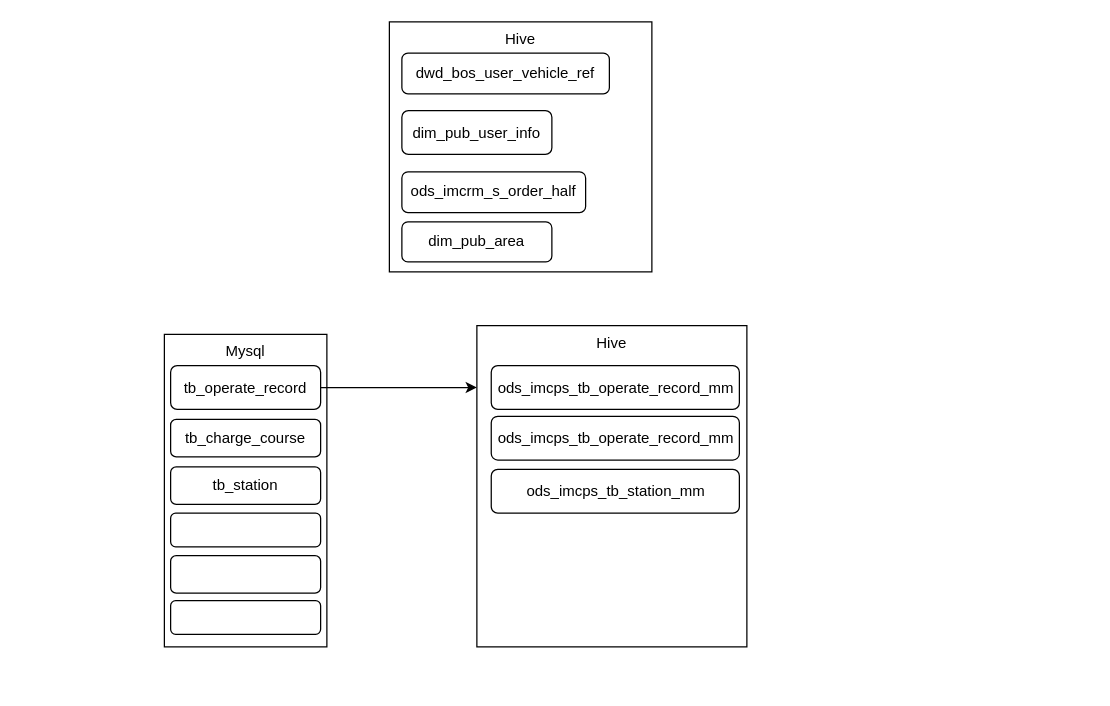
The draw.io diagram 公共充电数据链路图.drawio in taitaibai/test, before the edit. Source tidied: cells renumbered, new cells numbered last; positions are measured from the earlier drawing's top-left corner, leaving out a move shared by most shapes. Both pictures are drawn from the tidied source at 125%, with x=0, y=0 at pixel (164, 21).
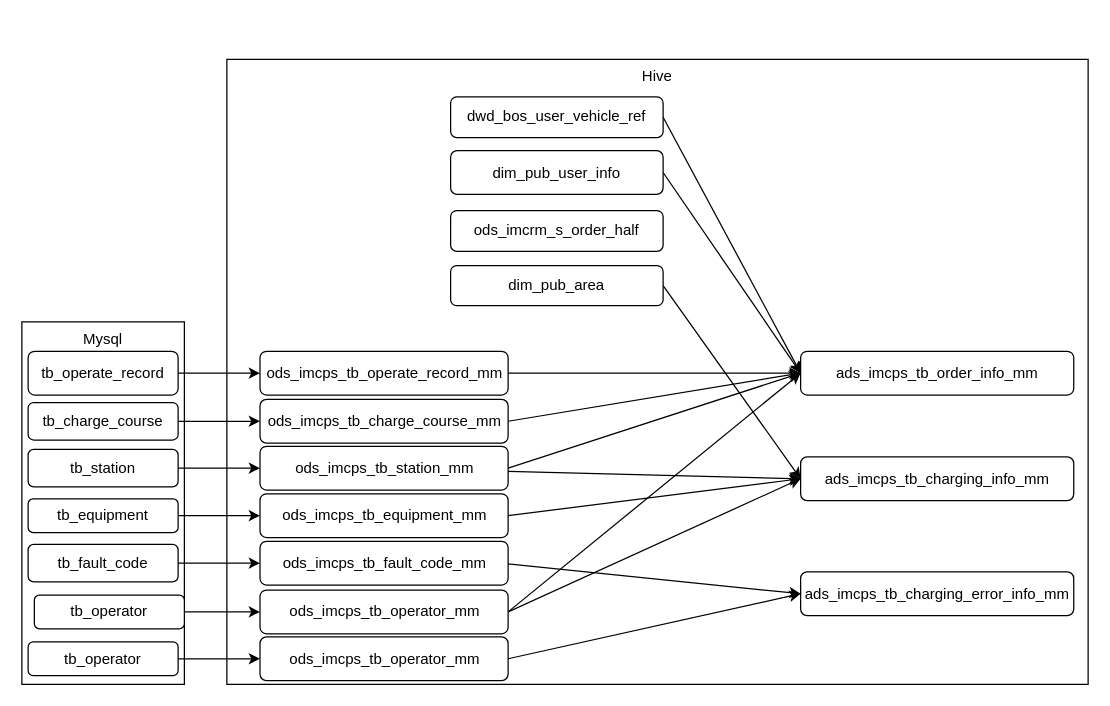
After the change.

Commit message (it also covers changes not shown here):
更新公共充电数据链路图.drawio

What changed in the source:
```diff
@@
+    <mxCell id="15" value="Hive" style="rounded=0;whiteSpace=wrap;html=1;verticalAlign=top;" parent="1" vertex="1">
+      <mxGeometry x="50" y="30" width="689" height="500" as="geometry" />
+    </mxCell>
     <mxCell id="2" value="Mysql" style="rounded=0;whiteSpace=wrap;html=1;verticalAlign=top;" parent="1" vertex="1">
-      <mxGeometry y="250" width="130" height="250" as="geometry" />
+      <mxGeometry x="-114" y="240" width="130" height="290" as="geometry" />
     </mxCell>
-    <mxCell id="3" style="edgeStyle=orthogonalEdgeStyle;rounded=0;jettySize=auto;html=1;" parent="1" edge="1" source="4">
-      <mxGeometry relative="1" as="geometry">
-        <mxPoint x="250" y="292.5" as="targetPoint" />
-      </mxGeometry>
+    <mxCell id="3" style="rounded=0;jettySize=auto;html=1;entryX=0;entryY=0.5;entryDx=0;entryDy=0;" parent="1" edge="1" source="4" target="16">
+      <mxGeometry relative="1" as="geometry" />
     </mxCell>
     <mxCell id="4" value="tb_operate_record" style="rounded=1;whiteSpace=wrap;html=1;" parent="1" vertex="1">
-      <mxGeometry x="5" y="275" width="120" height="35" as="geometry" />
+      <mxGeometry x="-109" y="263.5" width="120" height="35" as="geometry" />
     </mxCell>
+    <mxCell id="19" style="rounded=0;jettySize=auto;html=1;entryX=0;entryY=0.5;entryDx=0;entryDy=0;" parent="1" edge="1" source="5" target="17">
+      <mxGeometry relative="1" as="geometry" />
+    </mxCell>
     <mxCell id="5" value="tb_charge_course" style="rounded=1;whiteSpace=wrap;html=1;" parent="1" vertex="1">
-      <mxGeometry x="5" y="318" width="120" height="30" as="geometry" />
+      <mxGeometry x="-109" y="304.5" width="120" height="30" as="geometry" />
     </mxCell>
+    <mxCell id="20" style="edgeStyle=none;rounded=0;jettySize=auto;html=1;entryX=0;entryY=0.5;entryDx=0;entryDy=0;" parent="1" edge="1" source="6" target="18">
+      <mxGeometry relative="1" as="geometry" />
+    </mxCell>
     <mxCell id="6" value="tb_station" style="rounded=1;whiteSpace=wrap;html=1;" parent="1" vertex="1">
-      <mxGeometry x="5" y="356" width="120" height="30" as="geometry" />
+      <mxGeometry x="-109" y="342" width="120" height="30" as="geometry" />
     </mxCell>
+    <mxCell id="21" style="edgeStyle=none;rounded=0;jettySize=auto;html=1;entryX=0;entryY=0.5;entryDx=0;entryDy=0;" parent="1" edge="1" source="7" target="32">
+      <mxGeometry relative="1" as="geometry" />
+    </mxCell>
-    <mxCell id="7" style="rounded=1;whiteSpace=wrap;html=1;" parent="1" vertex="1">
-      <mxGeometry x="5" y="393" width="120" height="27" as="geometry" />
+    <mxCell id="7" value="tb_equipment" style="rounded=1;whiteSpace=wrap;html=1;" parent="1" vertex="1">
+      <mxGeometry x="-109" y="381.5" width="120" height="27" as="geometry" />
     </mxCell>
+    <mxCell id="22" style="edgeStyle=none;rounded=0;jettySize=auto;html=1;" parent="1" edge="1" source="8" target="34">
+      <mxGeometry relative="1" as="geometry" />
+    </mxCell>
-    <mxCell id="8" style="rounded=1;whiteSpace=wrap;html=1;" parent="1" vertex="1">
-      <mxGeometry x="5" y="427" width="120" height="30" as="geometry" />
+    <mxCell id="8" value="tb_fault_code" style="rounded=1;whiteSpace=wrap;html=1;" parent="1" vertex="1">
+      <mxGeometry x="-109" y="418" width="120" height="30" as="geometry" />
     </mxCell>
+    <mxCell id="23" style="edgeStyle=none;rounded=0;jettySize=auto;html=1;entryX=0;entryY=0.5;entryDx=0;entryDy=0;" parent="1" edge="1" source="9" target="37">
+      <mxGeometry relative="1" as="geometry" />
+    </mxCell>
-    <mxCell id="9" style="rounded=1;whiteSpace=wrap;html=1;" parent="1" vertex="1">
-      <mxGeometry x="5" y="463" width="120" height="27" as="geometry" />
+    <mxCell id="9" value="tb_operator" style="rounded=1;whiteSpace=wrap;html=1;" parent="1" vertex="1">
+      <mxGeometry x="-104" y="458.5" width="120" height="27" as="geometry" />
     </mxCell>
-    <mxCell id="10" value="Hive" style="rounded=0;whiteSpace=wrap;html=1;verticalAlign=top;" parent="1" vertex="1">
-      <mxGeometry x="180" width="210" height="200" as="geometry" />
-    </mxCell>
+    <mxCell id="24" style="edgeStyle=none;rounded=0;jettySize=auto;html=1;entryX=0;entryY=0.5;entryDx=0;entryDy=0;exitX=1;exitY=0.5;exitDx=0;exitDy=0;" parent="1" edge="1" source="11" target="38">
+      <mxGeometry relative="1" as="geometry" />
+    </mxCell>
     <mxCell id="11" value="dwd_bos_user_vehicle_ref" style="rounded=1;whiteSpace=wrap;html=1;" parent="1" vertex="1">
-      <mxGeometry x="190" y="25" width="166" height="32.5" as="geometry" />
+      <mxGeometry x="229" y="60" width="170" height="32.5" as="geometry" />
     </mxCell>
+    <mxCell id="25" style="edgeStyle=none;rounded=0;jettySize=auto;html=1;entryX=0;entryY=0.5;entryDx=0;entryDy=0;exitX=1;exitY=0.5;exitDx=0;exitDy=0;" parent="1" edge="1" source="12" target="39">
+      <mxGeometry relative="1" as="geometry" />
+    </mxCell>
     <mxCell id="12" value="dim_pub_area" style="rounded=1;whiteSpace=wrap;html=1;" parent="1" vertex="1">
-      <mxGeometry x="190" y="160" width="120" height="32" as="geometry" />
+      <mxGeometry x="229" y="195" width="170" height="32" as="geometry" />
     </mxCell>
+    <mxCell id="26" style="edgeStyle=none;rounded=0;jettySize=auto;html=1;entryX=0;entryY=0.5;entryDx=0;entryDy=0;exitX=1;exitY=0.5;exitDx=0;exitDy=0;" parent="1" edge="1" source="13" target="38">
+      <mxGeometry relative="1" as="geometry" />
+    </mxCell>
     <mxCell id="13" value="dim_pub_user_info" style="rounded=1;whiteSpace=wrap;html=1;" parent="1" vertex="1">
-      <mxGeometry x="190" y="71" width="120" height="35" as="geometry" />
+      <mxGeometry x="229" y="103" width="170" height="35" as="geometry" />
     </mxCell>
     <mxCell id="14" value="ods_imcrm_s_order_half" style="rounded=1;whiteSpace=wrap;html=1;" parent="1" vertex="1">
-      <mxGeometry x="190" y="120" width="147" height="32.5" as="geometry" />
+      <mxGeometry x="229" y="151" width="170" height="32.5" as="geometry" />
     </mxCell>
-    <mxCell id="15" value="Hive" style="rounded=0;whiteSpace=wrap;html=1;verticalAlign=top;" parent="1" vertex="1">
-      <mxGeometry x="250" y="243" width="216" height="257" as="geometry" />
-    </mxCell>
+    <mxCell id="27" style="edgeStyle=none;rounded=0;jettySize=auto;html=1;exitX=1;exitY=0.5;exitDx=0;exitDy=0;entryX=0;entryY=0.5;entryDx=0;entryDy=0;" parent="1" edge="1" source="16" target="38">
+      <mxGeometry relative="1" as="geometry" />
+    </mxCell>
     <mxCell id="16" value="ods_imcps_tb_operate_record_mm" style="rounded=1;whiteSpace=wrap;html=1;" parent="1" vertex="1">
-      <mxGeometry x="261.5" y="275" width="198.5" height="35" as="geometry" />
+      <mxGeometry x="76.5" y="263.5" width="198.5" height="35" as="geometry" />
     </mxCell>
+    <mxCell id="28" style="edgeStyle=none;rounded=0;jettySize=auto;html=1;entryX=0;entryY=0.5;entryDx=0;entryDy=0;exitX=1;exitY=0.5;exitDx=0;exitDy=0;" parent="1" edge="1" source="17" target="38">
+      <mxGeometry relative="1" as="geometry" />
+    </mxCell>
-    <mxCell id="17" value="ods_imcps_tb_operate_record_mm" style="rounded=1;whiteSpace=wrap;html=1;" parent="1" vertex="1">
-      <mxGeometry x="261.5" y="315.5" width="198.5" height="35" as="geometry" />
+    <mxCell id="17" value="ods_imcps_tb_charge_course_mm" style="rounded=1;whiteSpace=wrap;html=1;" parent="1" vertex="1">
+      <mxGeometry x="76.5" y="302" width="198.5" height="35" as="geometry" />
     </mxCell>
+    <mxCell id="29" style="edgeStyle=none;rounded=0;jettySize=auto;html=1;entryX=0;entryY=0.5;entryDx=0;entryDy=0;exitX=1;exitY=0.5;exitDx=0;exitDy=0;" parent="1" edge="1" source="18" target="38">
+      <mxGeometry relative="1" as="geometry" />
+    </mxCell>
+    <mxCell id="30" style="edgeStyle=none;rounded=0;jettySize=auto;html=1;entryX=0;entryY=0.5;entryDx=0;entryDy=0;" parent="1" edge="1" source="18" target="39">
+      <mxGeometry relative="1" as="geometry" />
+    </mxCell>
     <mxCell id="18" value="ods_imcps_tb_station_mm" style="rounded=1;whiteSpace=wrap;html=1;" parent="1" vertex="1">
-      <mxGeometry x="261.5" y="358" width="198.5" height="35" as="geometry" />
+      <mxGeometry x="76.5" y="339.5" width="198.5" height="35" as="geometry" />
     </mxCell>
+    <mxCell id="31" style="edgeStyle=none;rounded=0;jettySize=auto;html=1;entryX=0;entryY=0.5;entryDx=0;entryDy=0;exitX=1;exitY=0.5;exitDx=0;exitDy=0;" parent="1" edge="1" source="32" target="39">
+      <mxGeometry relative="1" as="geometry" />
+    </mxCell>
+    <mxCell id="32" value="ods_imcps_tb_equipment_mm" style="rounded=1;whiteSpace=wrap;html=1;" parent="1" vertex="1">
+      <mxGeometry x="76.5" y="377.5" width="198.5" height="35" as="geometry" />
+    </mxCell>
+    <mxCell id="33" style="edgeStyle=none;rounded=0;jettySize=auto;html=1;entryX=0;entryY=0.5;entryDx=0;entryDy=0;" parent="1" edge="1" target="40">
+      <mxGeometry relative="1" as="geometry">
+        <mxPoint x="269" y="433" as="sourcePoint" />
+      </mxGeometry>
+    </mxCell>
+    <mxCell id="34" value="ods_imcps_tb_fault_code_mm" style="rounded=1;whiteSpace=wrap;html=1;" parent="1" vertex="1">
+      <mxGeometry x="76.5" y="415.5" width="198.5" height="35" as="geometry" />
+    </mxCell>
+    <mxCell id="35" style="edgeStyle=none;rounded=0;jettySize=auto;html=1;entryX=0;entryY=0.5;entryDx=0;entryDy=0;exitX=1;exitY=0.5;exitDx=0;exitDy=0;" parent="1" edge="1" source="37" target="38">
+      <mxGeometry relative="1" as="geometry" />
+    </mxCell>
+    <mxCell id="36" style="edgeStyle=none;rounded=0;jettySize=auto;html=1;entryX=0;entryY=0.5;entryDx=0;entryDy=0;exitX=1;exitY=0.5;exitDx=0;exitDy=0;" parent="1" edge="1" source="37" target="39">
+      <mxGeometry relative="1" as="geometry" />
+    </mxCell>
+    <mxCell id="37" value="ods_imcps_tb_operator_mm" style="rounded=1;whiteSpace=wrap;html=1;" parent="1" vertex="1">
+      <mxGeometry x="76.5" y="454.5" width="198.5" height="35" as="geometry" />
+    </mxCell>
+    <mxCell id="38" value="ads_imcps_tb_order_info_mm" style="rounded=1;whiteSpace=wrap;html=1;" parent="1" vertex="1">
+      <mxGeometry x="509" y="263.5" width="218.5" height="35" as="geometry" />
+    </mxCell>
+    <mxCell id="39" value="ads_imcps_tb_charging_info_mm" style="rounded=1;whiteSpace=wrap;html=1;" parent="1" vertex="1">
+      <mxGeometry x="509" y="348" width="218.5" height="35" as="geometry" />
+    </mxCell>
+    <mxCell id="40" value="ads_imcps_tb_charging_error_info_mm" style="rounded=1;whiteSpace=wrap;html=1;" parent="1" vertex="1">
+      <mxGeometry x="509" y="440" width="218.5" height="35" as="geometry" />
+    </mxCell>
+    <mxCell id="41" style="edgeStyle=none;rounded=0;jettySize=auto;html=1;entryX=0;entryY=0.5;entryDx=0;entryDy=0;exitX=1;exitY=0.5;exitDx=0;exitDy=0;" parent="1" edge="1" source="42" target="44">
+      <mxGeometry relative="1" as="geometry" />
+    </mxCell>
+    <mxCell id="42" value="tb_operator" style="rounded=1;whiteSpace=wrap;html=1;" parent="1" vertex="1">
+      <mxGeometry x="-109" y="496" width="120" height="27" as="geometry" />
+    </mxCell>
+    <mxCell id="43" style="edgeStyle=none;rounded=0;jettySize=auto;html=1;entryX=0;entryY=0.5;entryDx=0;entryDy=0;exitX=1;exitY=0.5;exitDx=0;exitDy=0;" parent="1" edge="1" source="44" target="40">
+      <mxGeometry relative="1" as="geometry" />
+    </mxCell>
+    <mxCell id="44" value="ods_imcps_tb_operator_mm" style="rounded=1;whiteSpace=wrap;html=1;" parent="1" vertex="1">
+      <mxGeometry x="76.5" y="492" width="198.5" height="35" as="geometry" />
+    </mxCell>
```
